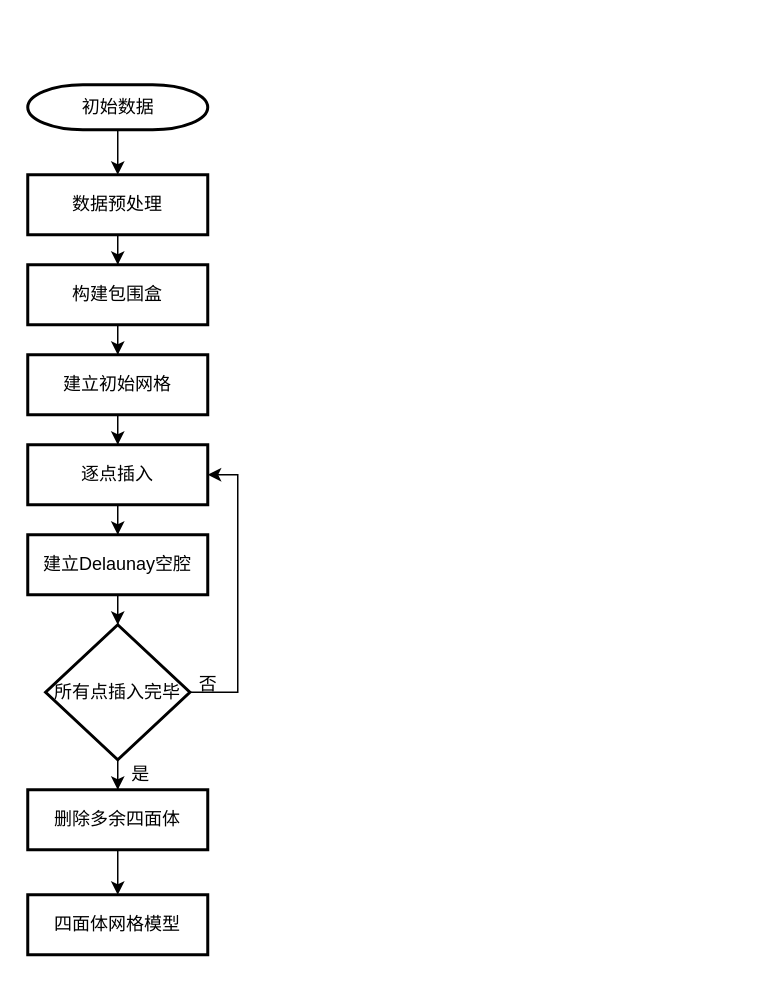
czbczl/huitu keeps this draw.io diagram as 四面体网格.drawio. Above is the earlier version. Source tidied: cells renumbered, new cells numbered last; positions are measured from the earlier drawing's top-left corner, leaving out a move shared by most shapes. Both pictures are drawn from the tidied source at 150%, with x=0, y=0 at pixel (27, 84).
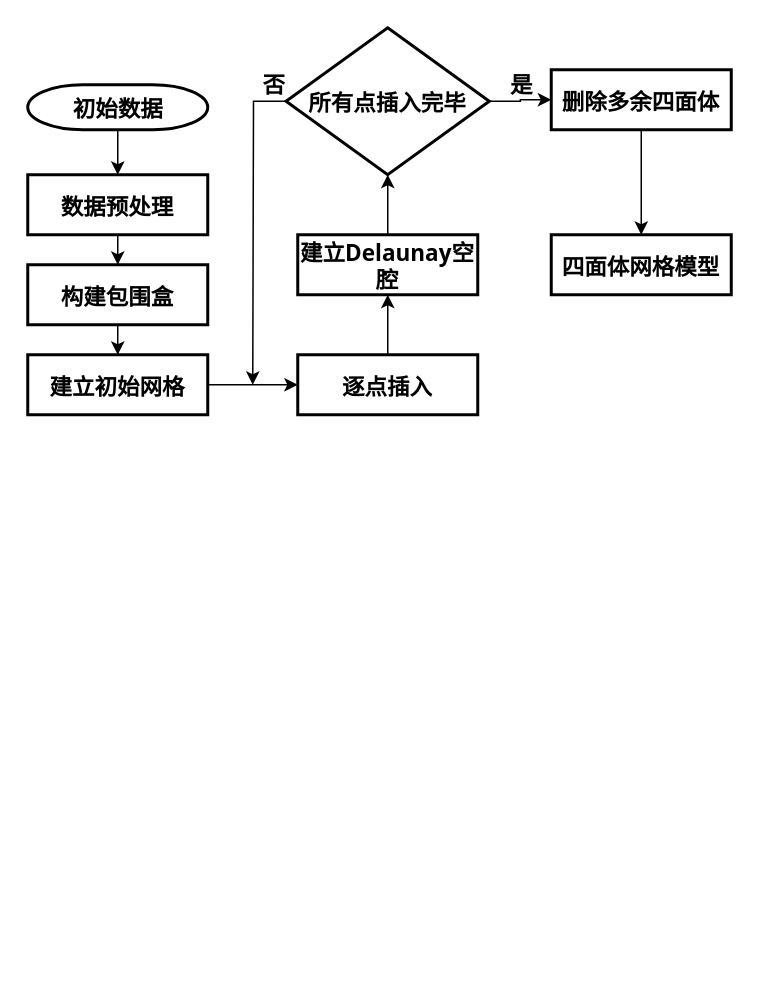
The same diagram, later.

Commit message (it also covers changes not shown here):
更新四面体网格.drawio

What changed in the source:
```diff
@@
-    <mxCell id="2" style="edgeStyle=orthogonalEdgeStyle;rounded=0;jettySize=auto;html=1;" parent="1" edge="1" source="3" target="5">
+    <mxCell id="2" style="edgeStyle=orthogonalEdgeStyle;rounded=0;jettySize=auto;html=1;fontStyle=1;fontFamily=Tahoma;fontSize=15;" parent="1" edge="1" source="3" target="5">
       <mxGeometry relative="1" as="geometry" />
     </mxCell>
-    <mxCell id="3" value="初始数据" style="shape=mxgraph.flowchart.terminator;strokeWidth=2;gradientColor=none;gradientDirection=north;fontStyle=0;html=1;" parent="1" vertex="1">
+    <mxCell id="3" value="初始数据" style="shape=mxgraph.flowchart.terminator;strokeWidth=2;gradientColor=none;gradientDirection=north;fontStyle=1;html=1;fontFamily=Tahoma;fontSize=15;" parent="1" vertex="1">
       <mxGeometry width="120" height="30" as="geometry" />
     </mxCell>
-    <mxCell id="4" style="edgeStyle=orthogonalEdgeStyle;rounded=0;jettySize=auto;html=1;" parent="1" edge="1" source="5" target="7">
+    <mxCell id="4" style="edgeStyle=orthogonalEdgeStyle;rounded=0;jettySize=auto;html=1;fontStyle=1;fontFamily=Tahoma;fontSize=15;" parent="1" edge="1" source="5" target="7">
       <mxGeometry relative="1" as="geometry" />
     </mxCell>
-    <mxCell id="5" value="数据预处理" style="whiteSpace=wrap;html=1;fontStyle=0;strokeWidth=2;gradientDirection=north;" parent="1" vertex="1">
+    <mxCell id="5" value="数据预处理" style="whiteSpace=wrap;html=1;fontStyle=1;strokeWidth=2;gradientDirection=north;fontFamily=Tahoma;fontSize=15;" parent="1" vertex="1">
       <mxGeometry y="60" width="120" height="40" as="geometry" />
     </mxCell>
-    <mxCell id="6" style="edgeStyle=orthogonalEdgeStyle;rounded=0;jettySize=auto;html=1;" parent="1" edge="1" source="7" target="9">
+    <mxCell id="6" style="edgeStyle=orthogonalEdgeStyle;rounded=0;jettySize=auto;html=1;fontStyle=1;fontFamily=Tahoma;fontSize=15;" parent="1" edge="1" source="7" target="9">
       <mxGeometry relative="1" as="geometry" />
     </mxCell>
-    <mxCell id="7" value="构建包围盒" style="whiteSpace=wrap;html=1;fontStyle=0;strokeWidth=2;gradientDirection=north;" parent="1" vertex="1">
+    <mxCell id="7" value="构建包围盒" style="whiteSpace=wrap;html=1;fontStyle=1;strokeWidth=2;gradientDirection=north;fontFamily=Tahoma;fontSize=15;" parent="1" vertex="1">
       <mxGeometry y="120" width="120" height="40" as="geometry" />
     </mxCell>
-    <mxCell id="8" style="edgeStyle=orthogonalEdgeStyle;rounded=0;jettySize=auto;html=1;" parent="1" edge="1" source="9" target="11">
+    <mxCell id="8" style="edgeStyle=orthogonalEdgeStyle;rounded=0;jettySize=auto;html=1;fontStyle=1;fontFamily=Tahoma;fontSize=15;" parent="1" edge="1" source="9" target="11">
       <mxGeometry relative="1" as="geometry" />
     </mxCell>
-    <mxCell id="9" value="建立初始网格" style="whiteSpace=wrap;html=1;fontStyle=0;strokeWidth=2;gradientDirection=north;" parent="1" vertex="1">
+    <mxCell id="9" value="建立初始网格" style="whiteSpace=wrap;html=1;fontStyle=1;strokeWidth=2;gradientDirection=north;fontFamily=Tahoma;fontSize=15;" parent="1" vertex="1">
       <mxGeometry y="180" width="120" height="40" as="geometry" />
     </mxCell>
-    <mxCell id="10" style="edgeStyle=orthogonalEdgeStyle;rounded=0;jettySize=auto;html=1;" parent="1" edge="1" source="11" target="13">
+    <mxCell id="10" style="edgeStyle=orthogonalEdgeStyle;rounded=0;jettySize=auto;html=1;fontStyle=1;fontFamily=Tahoma;fontSize=15;" parent="1" edge="1" source="11" target="13">
       <mxGeometry relative="1" as="geometry" />
     </mxCell>
-    <mxCell id="11" value="逐点插入" style="whiteSpace=wrap;html=1;fontStyle=0;strokeWidth=2;gradientDirection=north;" parent="1" vertex="1">
-      <mxGeometry y="240" width="120" height="40" as="geometry" />
+    <mxCell id="11" value="逐点插入" style="whiteSpace=wrap;html=1;fontStyle=1;strokeWidth=2;gradientDirection=north;fontFamily=Tahoma;fontSize=15;" parent="1" vertex="1">
+      <mxGeometry x="180" y="180" width="120" height="40" as="geometry" />
     </mxCell>
-    <mxCell id="12" style="edgeStyle=orthogonalEdgeStyle;rounded=0;jettySize=auto;html=1;" parent="1" edge="1" source="13" target="16">
+    <mxCell id="12" style="edgeStyle=orthogonalEdgeStyle;rounded=0;jettySize=auto;html=1;fontStyle=1;fontFamily=Tahoma;fontSize=15;" parent="1" edge="1" source="13" target="16">
       <mxGeometry relative="1" as="geometry" />
     </mxCell>
-    <mxCell id="13" value="建立Delaunay空腔" style="whiteSpace=wrap;html=1;fontStyle=0;strokeWidth=2;gradientDirection=north;" parent="1" vertex="1">
-      <mxGeometry y="300" width="120" height="40" as="geometry" />
+    <mxCell id="13" value="建立Delaunay空腔" style="whiteSpace=wrap;html=1;fontStyle=1;strokeWidth=2;gradientDirection=north;fontFamily=Tahoma;fontSize=15;" parent="1" vertex="1">
+      <mxGeometry x="180" y="100" width="120" height="40" as="geometry" />
     </mxCell>
+    <mxCell id="22" style="edgeStyle=orthogonalEdgeStyle;rounded=0;jettySize=auto;html=1;exitX=0;exitY=0.5;exitDx=0;exitDy=0;fontFamily=Tahoma;fontSize=15;" parent="1" edge="1" source="16">
+      <mxGeometry relative="1" as="geometry">
+        <mxPoint x="150" y="200" as="targetPoint" />
+      </mxGeometry>
+    </mxCell>
-    <mxCell id="14" style="edgeStyle=orthogonalEdgeStyle;rounded=0;jettySize=auto;html=1;" parent="1" edge="1" source="16" target="19">
+    <mxCell id="14" style="edgeStyle=orthogonalEdgeStyle;rounded=0;jettySize=auto;html=1;entryX=0;entryY=0.5;entryDx=0;entryDy=0;fontFamily=Tahoma;fontSize=15;" parent="1" edge="1" source="16" target="19">
       <mxGeometry relative="1" as="geometry" />
     </mxCell>
-    <mxCell id="15" style="edgeStyle=orthogonalEdgeStyle;rounded=0;jettySize=auto;html=1;exitX=1;exitY=0.5;exitDx=0;exitDy=0;entryX=1;entryY=0.5;entryDx=0;entryDy=0;" parent="1" edge="1" source="16" target="11">
-      <mxGeometry relative="1" as="geometry">
-        <Array as="points">
-          <mxPoint x="140" y="405" />
-          <mxPoint x="140" y="260" />
-        </Array>
-      </mxGeometry>
-    </mxCell>
-    <mxCell id="16" value="所有点插入完毕" style="rhombus;whiteSpace=wrap;html=1;fontStyle=0;strokeWidth=2;gradientDirection=north;" parent="1" vertex="1">
-      <mxGeometry x="11.9" y="360" width="96.2" height="90" as="geometry" />
+    <mxCell id="16" value="所有点插入完毕" style="rhombus;whiteSpace=wrap;html=1;fontStyle=1;strokeWidth=2;gradientDirection=north;fontFamily=Tahoma;fontSize=15;" parent="1" vertex="1">
+      <mxGeometry x="172.2" y="-38" width="135.5" height="98" as="geometry" />
     </mxCell>
-    <mxCell id="17" style="edgeStyle=orthogonalEdgeStyle;rounded=0;jettySize=auto;html=1;" parent="1" edge="1" source="19" target="18">
+    <mxCell id="17" style="edgeStyle=orthogonalEdgeStyle;rounded=0;jettySize=auto;html=1;fontStyle=1;fontFamily=Tahoma;fontSize=15;" parent="1" edge="1" source="19" target="18">
       <mxGeometry relative="1" as="geometry" />
     </mxCell>
-    <mxCell id="18" value="四面体网格模型" style="whiteSpace=wrap;html=1;fontStyle=0;strokeWidth=2;gradientDirection=north;" parent="1" vertex="1">
-      <mxGeometry y="540" width="120" height="40" as="geometry" />
+    <mxCell id="18" value="四面体网格模型" style="whiteSpace=wrap;html=1;fontStyle=1;strokeWidth=2;gradientDirection=north;fontFamily=Tahoma;fontSize=15;" parent="1" vertex="1">
+      <mxGeometry x="349" y="100" width="120" height="40" as="geometry" />
     </mxCell>
-    <mxCell id="19" value="删除多余四面体" style="whiteSpace=wrap;html=1;fontStyle=0;strokeWidth=2;gradientDirection=north;" parent="1" vertex="1">
-      <mxGeometry y="470" width="120" height="40" as="geometry" />
+    <mxCell id="19" value="删除多余四面体" style="whiteSpace=wrap;html=1;fontStyle=1;strokeWidth=2;gradientDirection=north;fontFamily=Tahoma;fontSize=15;" parent="1" vertex="1">
+      <mxGeometry x="349" y="-10" width="120" height="40" as="geometry" />
     </mxCell>
-    <mxCell id="20" value="否" style="text;html=1;align=center;verticalAlign=middle;" parent="1" vertex="1">
-      <mxGeometry x="105" y="390" width="30" height="20" as="geometry" />
+    <mxCell id="20" value="否" style="text;html=1;align=center;verticalAlign=middle;fontStyle=1;fontFamily=Tahoma;fontSize=15;" parent="1" vertex="1">
+      <mxGeometry x="151" y="-12" width="25" height="22" as="geometry" />
     </mxCell>
-    <mxCell id="21" value="是" style="text;html=1;align=center;verticalAlign=middle;" parent="1" vertex="1">
-      <mxGeometry x="60" y="450" width="30" height="20" as="geometry" />
+    <mxCell id="21" value="是" style="text;html=1;align=center;verticalAlign=middle;fontStyle=1;fontFamily=Tahoma;fontSize=15;" parent="1" vertex="1">
+      <mxGeometry x="316" y="-12" width="25" height="22" as="geometry" />
     </mxCell>
```
